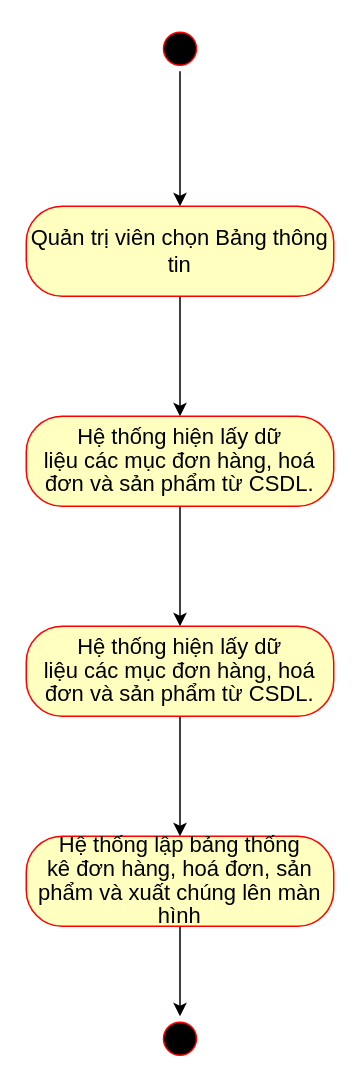
Before: Nam3_HK1/CNPM_SoftTech/Activity Diagrams/Linh Quân/AD_ThốngKêMuaBán.drawio in EdgarIgnite16/SGU-Course, a draw.io diagram. Source tidied: cells renumbered, new cells numbered last; positions are measured from the earlier drawing's top-left corner, leaving out a move shared by most shapes. Both pictures are drawn from the tidied source at 150%, with x=0, y=0 at pixel (26, 26).
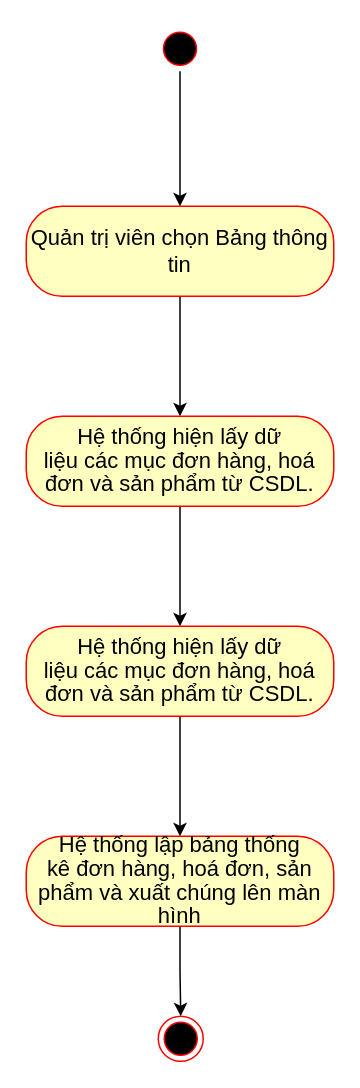
The same diagram, later.

The edit, as a diff of the source:
```diff
@@
 <mxGraphModel>
   <root>
     <mxCell id="0" />
     <mxCell id="1" parent="0" />
     <mxCell id="2" style="edgeStyle=orthogonalEdgeStyle;rounded=0;jettySize=auto;html=1;strokeColor=#000000;" parent="1" edge="1" source="11" target="4">
       <mxGeometry relative="1" as="geometry" />
     </mxCell>
     <mxCell id="3" style="edgeStyle=orthogonalEdgeStyle;rounded=0;jettySize=auto;html=1;strokeColor=#000000;" parent="1" edge="1" source="4" target="6">
       <mxGeometry relative="1" as="geometry" />
     </mxCell>
     <mxCell id="4" value="&lt;span id=&quot;docs-internal-guid-b119b1f9-7fff-7a8a-0c2a-a52a1cc7dd21&quot;&gt;&lt;p style=&quot;line-height:1.2;margin-top:0pt;margin-bottom:0pt;&quot; dir=&quot;ltr&quot;&gt;&lt;span id=&quot;docs-internal-guid-87ecdf26-7fff-a502-00cf-f5917936f4c6&quot;&gt;&lt;/span&gt;&lt;/p&gt;&lt;p style=&quot;line-height:1.2;margin-top:0pt;margin-bottom:0pt;&quot; dir=&quot;ltr&quot;&gt;&lt;span style=&quot;font-size: 11pt; font-family: Calibri, sans-serif; color: rgb(0, 0, 0); background-color: transparent; font-weight: 400; font-style: normal; font-variant: normal; text-decoration: none; vertical-align: baseline;&quot;&gt;Quản trị viên chọn Bảng thông tin&lt;/span&gt;&lt;/p&gt;&lt;/span&gt;" style="rounded=1;whiteSpace=wrap;html=1;arcSize=40;fontColor=#000000;fillColor=#ffffc0;strokeColor=#ff0000;fontFamily=Helvetica;" parent="1" vertex="1">
       <mxGeometry y="120" width="205" height="60" as="geometry" />
     </mxCell>
     <mxCell id="5" style="edgeStyle=orthogonalEdgeStyle;rounded=0;jettySize=auto;html=1;strokeColor=#000000;" parent="1" edge="1" source="6" target="8">
       <mxGeometry relative="1" as="geometry" />
     </mxCell>
     <mxCell id="6" value="&lt;span id=&quot;docs-internal-guid-b119b1f9-7fff-7a8a-0c2a-a52a1cc7dd21&quot;&gt;&lt;p style=&quot;line-height: 1.2 ; margin-top: 0pt ; margin-bottom: 0pt&quot; dir=&quot;ltr&quot;&gt;&lt;span id=&quot;docs-internal-guid-87ecdf26-7fff-a502-00cf-f5917936f4c6&quot;&gt;&lt;/span&gt;&lt;/p&gt;&lt;p style=&quot;line-height: 1.2 ; margin-top: 0pt ; margin-bottom: 0pt&quot; dir=&quot;ltr&quot;&gt;&lt;span id=&quot;docs-internal-guid-6f0540c0-7fff-cedd-dd9e-b922fe658600&quot;&gt;&lt;/span&gt;&lt;/p&gt;&lt;p style=&quot;line-height: 1.2 ; margin-top: 0pt ; margin-bottom: 0pt&quot; dir=&quot;ltr&quot;&gt;&lt;span style=&quot;font-size: 11.0pt ; line-height: 107% ; font-family: &amp;#34;calibri&amp;#34; , sans-serif&quot;&gt;Hệ thống hiện lấy dữ&lt;br/&gt;liệu các mục đơn hàng, hoá đơn và sản phẩm từ CSDL.&lt;/span&gt;&lt;br&gt;&lt;/p&gt;&lt;/span&gt;" style="rounded=1;whiteSpace=wrap;html=1;arcSize=40;fontColor=#000000;fillColor=#ffffc0;strokeColor=#ff0000;fontFamily=Helvetica;" parent="1" vertex="1">
       <mxGeometry y="260" width="205" height="60" as="geometry" />
     </mxCell>
     <mxCell id="7" style="edgeStyle=orthogonalEdgeStyle;rounded=0;jettySize=auto;html=1;strokeColor=#000000;" parent="1" edge="1" source="8" target="10">
       <mxGeometry relative="1" as="geometry" />
     </mxCell>
     <mxCell id="8" value="&lt;span id=&quot;docs-internal-guid-b119b1f9-7fff-7a8a-0c2a-a52a1cc7dd21&quot;&gt;&lt;p style=&quot;line-height: 1.2 ; margin-top: 0pt ; margin-bottom: 0pt&quot; dir=&quot;ltr&quot;&gt;&lt;span id=&quot;docs-internal-guid-87ecdf26-7fff-a502-00cf-f5917936f4c6&quot;&gt;&lt;/span&gt;&lt;/p&gt;&lt;p style=&quot;line-height: 1.2 ; margin-top: 0pt ; margin-bottom: 0pt&quot; dir=&quot;ltr&quot;&gt;&lt;span id=&quot;docs-internal-guid-6f0540c0-7fff-cedd-dd9e-b922fe658600&quot;&gt;&lt;/span&gt;&lt;/p&gt;&lt;p style=&quot;line-height: 1.2 ; margin-top: 0pt ; margin-bottom: 0pt&quot; dir=&quot;ltr&quot;&gt;&lt;span id=&quot;docs-internal-guid-0d1dfeef-7fff-f3c3-ceaf-9b7a43b76ab0&quot;&gt;&lt;/span&gt;&lt;/p&gt;&lt;p style=&quot;line-height: 1.2 ; margin-top: 0pt ; margin-bottom: 0pt&quot; dir=&quot;ltr&quot;&gt;&lt;span style=&quot;font-size: 11.0pt ; line-height: 107% ; font-family: &amp;#34;calibri&amp;#34; , sans-serif&quot;&gt;Hệ thống hiện lấy dữ&lt;br/&gt;liệu các mục đơn hàng, hoá đơn và sản phẩm từ CSDL.&lt;/span&gt;&lt;br&gt;&lt;/p&gt;&lt;/span&gt;" style="rounded=1;whiteSpace=wrap;html=1;arcSize=40;fontColor=#000000;fillColor=#ffffc0;strokeColor=#ff0000;fontFamily=Helvetica;" parent="1" vertex="1">
       <mxGeometry y="400" width="205" height="60" as="geometry" />
     </mxCell>
-    <mxCell id="9" style="edgeStyle=orthogonalEdgeStyle;rounded=0;jettySize=auto;html=1;entryX=0.5;entryY=0;entryDx=0;entryDy=0;strokeColor=#000000;" parent="1" edge="1" source="10" target="12">
+    <mxCell id="9" style="edgeStyle=orthogonalEdgeStyle;rounded=0;jettySize=auto;html=1;strokeColor=#000000;" parent="1" edge="1" source="10" target="13">
       <mxGeometry relative="1" as="geometry" />
     </mxCell>
     <mxCell id="10" value="&lt;span id=&quot;docs-internal-guid-b119b1f9-7fff-7a8a-0c2a-a52a1cc7dd21&quot;&gt;&lt;p style=&quot;line-height: 1.2 ; margin-top: 0pt ; margin-bottom: 0pt&quot; dir=&quot;ltr&quot;&gt;&lt;span id=&quot;docs-internal-guid-87ecdf26-7fff-a502-00cf-f5917936f4c6&quot;&gt;&lt;/span&gt;&lt;/p&gt;&lt;p style=&quot;line-height: 1.2 ; margin-top: 0pt ; margin-bottom: 0pt&quot; dir=&quot;ltr&quot;&gt;&lt;span id=&quot;docs-internal-guid-6f0540c0-7fff-cedd-dd9e-b922fe658600&quot;&gt;&lt;/span&gt;&lt;/p&gt;&lt;p style=&quot;line-height: 1.2 ; margin-top: 0pt ; margin-bottom: 0pt&quot; dir=&quot;ltr&quot;&gt;&lt;span id=&quot;docs-internal-guid-0d1dfeef-7fff-f3c3-ceaf-9b7a43b76ab0&quot;&gt;&lt;/span&gt;&lt;/p&gt;&lt;p style=&quot;line-height: 1.2 ; margin-top: 0pt ; margin-bottom: 0pt&quot; dir=&quot;ltr&quot;&gt;&lt;span id=&quot;docs-internal-guid-01b107ca-7fff-2f3e-bea0-99fc327c84b7&quot;&gt;&lt;/span&gt;&lt;/p&gt;&lt;p style=&quot;line-height: 1.2 ; margin-top: 0pt ; margin-bottom: 0pt&quot; dir=&quot;ltr&quot;&gt;&lt;span style=&quot;font-size: 11.0pt ; line-height: 107% ; font-family: &amp;#34;calibri&amp;#34; , sans-serif&quot;&gt;Hệ thống lập bảng thống&lt;br/&gt;kê đơn hàng, hoá đơn, sản phẩm và xuất chúng lên màn hình&lt;/span&gt;&lt;br&gt;&lt;/p&gt;&lt;/span&gt;" style="rounded=1;whiteSpace=wrap;html=1;arcSize=40;fontColor=#000000;fillColor=#ffffc0;strokeColor=#ff0000;fontFamily=Helvetica;" parent="1" vertex="1">
       <mxGeometry y="540" width="205" height="60" as="geometry" />
     </mxCell>
     <mxCell id="11" style="ellipse;html=1;shape=startState;fillColor=#000000;strokeColor=#ff0000;fontFamily=Helvetica;" parent="1" vertex="1">
       <mxGeometry x="87.5" width="30" height="30" as="geometry" />
     </mxCell>
-    <mxCell id="12" style="ellipse;html=1;shape=startState;fillColor=#000000;strokeColor=#ff0000;fontFamily=Helvetica;" parent="1" vertex="1">
-      <mxGeometry x="87.5" y="660" width="30" height="30" as="geometry" />
-    </mxCell>
+    <mxCell id="13" style="ellipse;html=1;shape=endState;fillColor=#000000;strokeColor=#ff0000;" parent="1" vertex="1">
+      <mxGeometry x="88" y="660" width="30" height="30" as="geometry" />
+    </mxCell>
   </root>
 </mxGraphModel>
```
